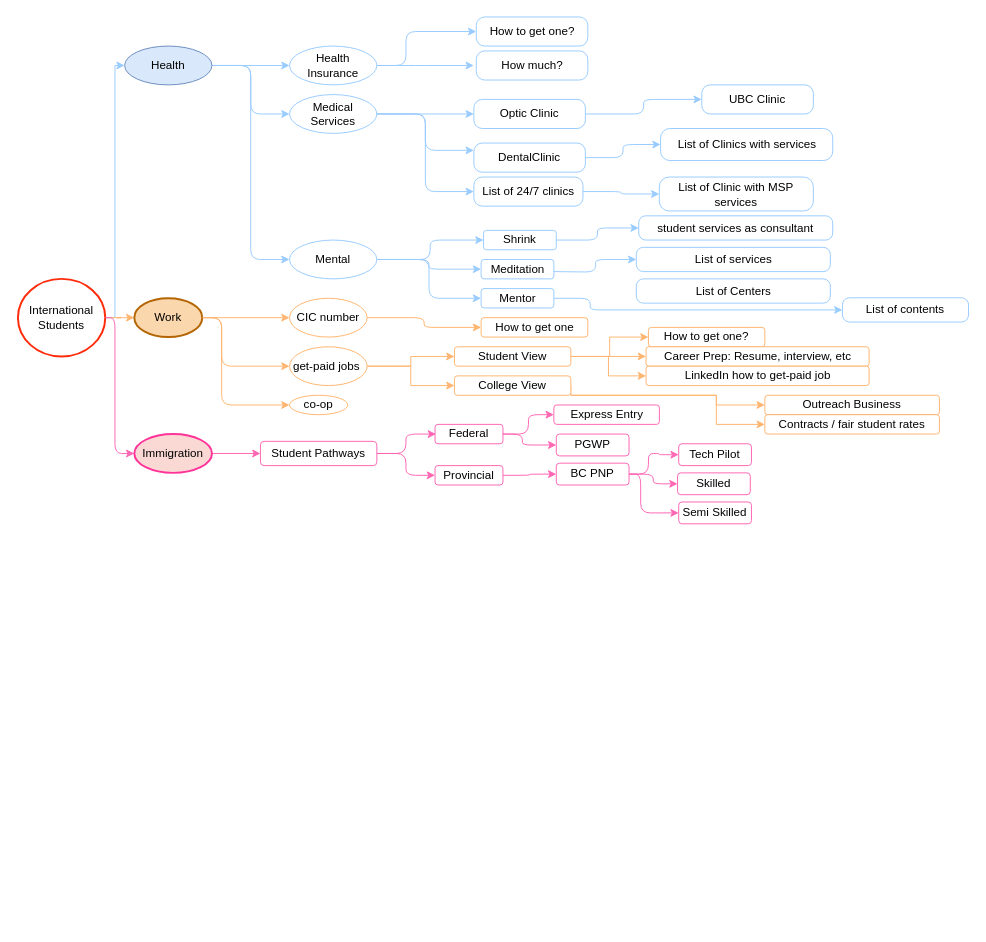
Above: Untitled Diagram.drawio in Elaheh-sharafian/portfolio (draw.io), before the change. Source tidied: cells renumbered, new cells numbered last; positions are measured from the earlier drawing's top-left corner, leaving out a move shared by most shapes. Both pictures are drawn from the tidied source at 97%, with x=0, y=0 at pixel (17, 16).
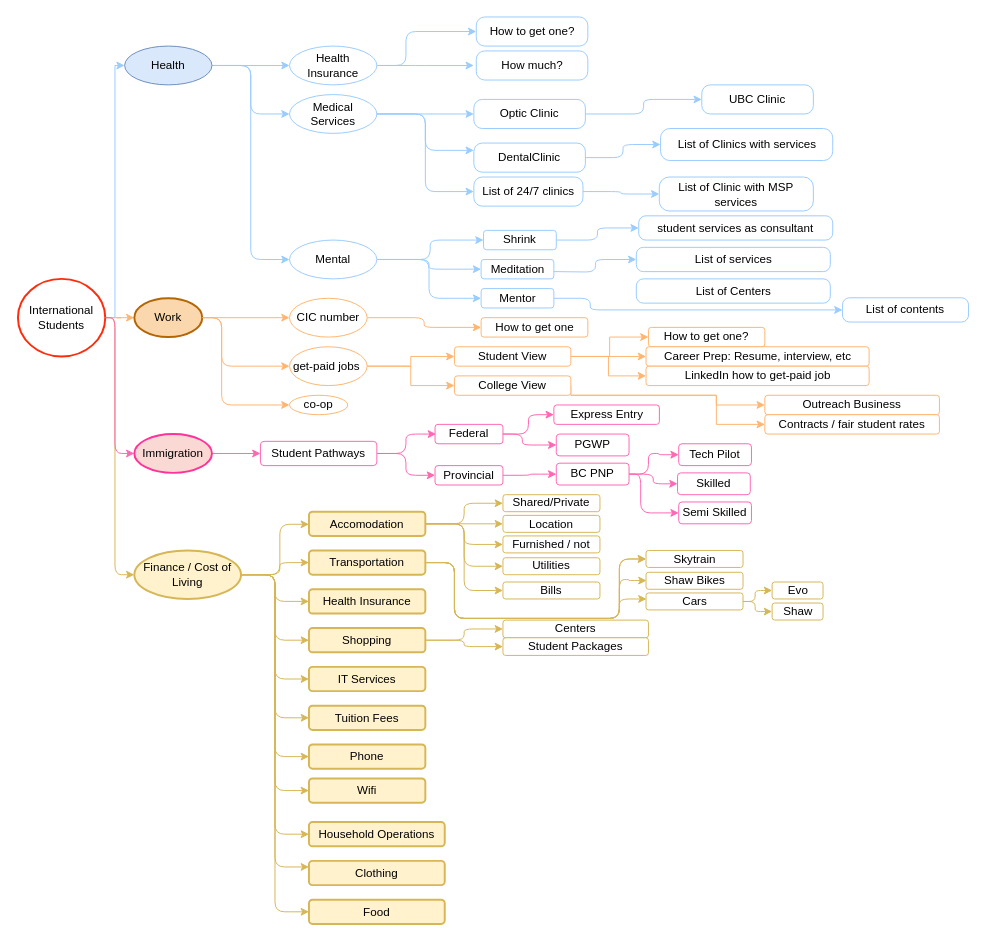
After the change.

Unchanged cells that the change refers to:
```xml
<mxCell id="4" value="International &lt;br&gt;Students" style="ellipse;whiteSpace=wrap;html=1;strokeWidth=2;strokeColor=#FF2B0A;" parent="1" vertex="1">
  <mxGeometry y="270" width="90" height="80" as="geometry" />
</mxCell>
```

Change to the diagram source:
```diff
@@
+    <mxCell id="86" style="edgeStyle=orthogonalEdgeStyle;rounded=1;jettySize=auto;html=1;entryX=0;entryY=0.5;entryDx=0;entryDy=0;strokeColor=#D6B656;" parent="1" edge="1" source="4" target="98">
+      <mxGeometry relative="1" as="geometry">
+        <Array as="points">
+          <mxPoint x="100" y="310" />
+          <mxPoint x="100" y="575" />
+        </Array>
+      </mxGeometry>
+    </mxCell>
@@
+    <mxCell id="87" style="edgeStyle=orthogonalEdgeStyle;rounded=1;jettySize=auto;html=1;strokeColor=#D6B656;" parent="1" edge="1" source="98" target="104">
+      <mxGeometry relative="1" as="geometry">
+        <Array as="points">
+          <mxPoint x="270" y="575" />
+          <mxPoint x="270" y="523" />
+        </Array>
+      </mxGeometry>
+    </mxCell>
+    <mxCell id="88" style="edgeStyle=orthogonalEdgeStyle;rounded=1;jettySize=auto;html=1;exitX=1;exitY=0.5;exitDx=0;exitDy=0;entryX=0;entryY=0.5;entryDx=0;entryDy=0;strokeColor=#D6B656;" parent="1" edge="1" source="98" target="106">
+      <mxGeometry relative="1" as="geometry">
+        <Array as="points">
+          <mxPoint x="270" y="575" />
+          <mxPoint x="270" y="563" />
+        </Array>
+      </mxGeometry>
+    </mxCell>
+    <mxCell id="89" style="edgeStyle=orthogonalEdgeStyle;rounded=1;jettySize=auto;html=1;exitX=1;exitY=0.5;exitDx=0;exitDy=0;entryX=0;entryY=0.5;entryDx=0;entryDy=0;strokeColor=#D6B656;" parent="1" edge="1" source="98" target="107">
+      <mxGeometry relative="1" as="geometry" />
+    </mxCell>
+    <mxCell id="90" style="edgeStyle=orthogonalEdgeStyle;rounded=1;jettySize=auto;html=1;exitX=1;exitY=0.5;exitDx=0;exitDy=0;entryX=0;entryY=0.5;entryDx=0;entryDy=0;strokeColor=#D6B656;" parent="1" edge="1" source="98" target="110">
+      <mxGeometry relative="1" as="geometry" />
+    </mxCell>
+    <mxCell id="91" style="edgeStyle=orthogonalEdgeStyle;rounded=1;jettySize=auto;html=1;exitX=1;exitY=0.5;exitDx=0;exitDy=0;entryX=0;entryY=0.5;entryDx=0;entryDy=0;strokeColor=#D6B656;" parent="1" edge="1" source="98" target="111">
+      <mxGeometry relative="1" as="geometry" />
+    </mxCell>
+    <mxCell id="92" style="edgeStyle=orthogonalEdgeStyle;rounded=1;jettySize=auto;html=1;exitX=1;exitY=0.5;exitDx=0;exitDy=0;entryX=0;entryY=0.5;entryDx=0;entryDy=0;strokeColor=#D6B656;" parent="1" edge="1" source="98" target="112">
+      <mxGeometry relative="1" as="geometry" />
+    </mxCell>
+    <mxCell id="93" style="edgeStyle=orthogonalEdgeStyle;rounded=1;jettySize=auto;html=1;entryX=0;entryY=0.5;entryDx=0;entryDy=0;strokeColor=#D6B656;" parent="1" edge="1" source="98" target="113">
+      <mxGeometry relative="1" as="geometry" />
+    </mxCell>
+    <mxCell id="94" style="edgeStyle=orthogonalEdgeStyle;rounded=1;jettySize=auto;html=1;exitX=1;exitY=0.5;exitDx=0;exitDy=0;entryX=0;entryY=0.5;entryDx=0;entryDy=0;strokeColor=#D6B656;" parent="1" edge="1" source="98" target="114">
+      <mxGeometry relative="1" as="geometry" />
+    </mxCell>
+    <mxCell id="95" style="edgeStyle=orthogonalEdgeStyle;rounded=1;jettySize=auto;html=1;exitX=1;exitY=0.5;exitDx=0;exitDy=0;entryX=0;entryY=0.5;entryDx=0;entryDy=0;strokeColor=#D6B656;" parent="1" edge="1" source="98" target="115">
+      <mxGeometry relative="1" as="geometry" />
+    </mxCell>
+    <mxCell id="96" style="edgeStyle=orthogonalEdgeStyle;rounded=1;jettySize=auto;html=1;exitX=1;exitY=0.5;exitDx=0;exitDy=0;entryX=0;entryY=0.25;entryDx=0;entryDy=0;strokeColor=#D6B656;" parent="1" edge="1" source="98" target="116">
+      <mxGeometry relative="1" as="geometry" />
+    </mxCell>
+    <mxCell id="97" style="edgeStyle=orthogonalEdgeStyle;rounded=1;jettySize=auto;html=1;exitX=1;exitY=0.5;exitDx=0;exitDy=0;entryX=0;entryY=0.5;entryDx=0;entryDy=0;strokeColor=#D6B656;" parent="1" edge="1" source="98" target="117">
+      <mxGeometry relative="1" as="geometry" />
+    </mxCell>
+    <mxCell id="98" value="Finance / Cost of Living" style="ellipse;whiteSpace=wrap;html=1;strokeWidth=2;fillColor=#fff2cc;strokeColor=#D6B656;" parent="1" vertex="1">
+      <mxGeometry x="120" y="550" width="110" height="50" as="geometry" />
+    </mxCell>
+    <mxCell id="99" style="edgeStyle=orthogonalEdgeStyle;rounded=1;jettySize=auto;html=1;strokeColor=#D6B656;" parent="1" edge="1" source="104" target="118">
+      <mxGeometry relative="1" as="geometry" />
+    </mxCell>
+    <mxCell id="100" style="edgeStyle=orthogonalEdgeStyle;rounded=1;jettySize=auto;html=1;entryX=0;entryY=0.5;entryDx=0;entryDy=0;strokeColor=#D6B656;" parent="1" edge="1" source="104" target="119">
+      <mxGeometry relative="1" as="geometry" />
+    </mxCell>
+    <mxCell id="101" style="edgeStyle=orthogonalEdgeStyle;rounded=1;jettySize=auto;html=1;exitX=1;exitY=0.5;exitDx=0;exitDy=0;entryX=0;entryY=0.5;entryDx=0;entryDy=0;strokeColor=#D6B656;" parent="1" edge="1" source="104" target="120">
+      <mxGeometry relative="1" as="geometry" />
+    </mxCell>
+    <mxCell id="102" style="edgeStyle=orthogonalEdgeStyle;rounded=1;jettySize=auto;html=1;entryX=0;entryY=0.5;entryDx=0;entryDy=0;strokeColor=#D6B656;" parent="1" edge="1" source="104" target="121">
+      <mxGeometry relative="1" as="geometry" />
+    </mxCell>
+    <mxCell id="103" style="edgeStyle=orthogonalEdgeStyle;rounded=1;jettySize=auto;html=1;entryX=0;entryY=0.5;entryDx=0;entryDy=0;strokeColor=#D6B656;" parent="1" edge="1" source="104" target="122">
+      <mxGeometry relative="1" as="geometry" />
+    </mxCell>
+    <mxCell id="104" value="Accomodation" style="whiteSpace=wrap;html=1;strokeColor=#D6B656;strokeWidth=2;fillColor=#fff2cc;rounded=1;" parent="1" vertex="1">
+      <mxGeometry x="300" y="510" width="120" height="25" as="geometry" />
+    </mxCell>
+    <mxCell id="105" style="edgeStyle=orthogonalEdgeStyle;rounded=1;jettySize=auto;html=1;exitX=1;exitY=0.5;exitDx=0;exitDy=0;entryX=0;entryY=0.5;entryDx=0;entryDy=0;strokeColor=#D6B656;" parent="1" edge="1" source="106" target="123">
+      <mxGeometry relative="1" as="geometry">
+        <Array as="points">
+          <mxPoint x="450" y="562" />
+          <mxPoint x="450" y="620" />
+          <mxPoint x="620" y="620" />
+          <mxPoint x="620" y="559" />
+        </Array>
+      </mxGeometry>
+    </mxCell>
+    <mxCell id="106" value="Transportation" style="whiteSpace=wrap;html=1;strokeColor=#D6B656;strokeWidth=2;fillColor=#fff2cc;rounded=1;" parent="1" vertex="1">
+      <mxGeometry x="300" y="550" width="120" height="25" as="geometry" />
+    </mxCell>
+    <mxCell id="107" value="Health Insurance" style="whiteSpace=wrap;html=1;strokeColor=#D6B656;strokeWidth=2;fillColor=#fff2cc;rounded=1;" parent="1" vertex="1">
+      <mxGeometry x="300" y="590" width="120" height="25" as="geometry" />
+    </mxCell>
+    <mxCell id="108" style="edgeStyle=orthogonalEdgeStyle;rounded=1;jettySize=auto;html=1;exitX=1;exitY=0.5;exitDx=0;exitDy=0;entryX=0;entryY=0.5;entryDx=0;entryDy=0;strokeColor=#D6B656;" parent="1" edge="1" source="110" target="133">
+      <mxGeometry relative="1" as="geometry" />
+    </mxCell>
+    <mxCell id="109" style="edgeStyle=orthogonalEdgeStyle;rounded=1;jettySize=auto;html=1;entryX=0;entryY=0.5;entryDx=0;entryDy=0;strokeColor=#D6B656;" parent="1" edge="1" source="110" target="134">
+      <mxGeometry relative="1" as="geometry" />
+    </mxCell>
+    <mxCell id="110" value="Shopping" style="whiteSpace=wrap;html=1;strokeColor=#D6B656;strokeWidth=2;fillColor=#fff2cc;rounded=1;" parent="1" vertex="1">
+      <mxGeometry x="300" y="630" width="120" height="25" as="geometry" />
+    </mxCell>
+    <mxCell id="111" value="IT Services" style="whiteSpace=wrap;html=1;strokeColor=#D6B656;strokeWidth=2;fillColor=#fff2cc;rounded=1;" parent="1" vertex="1">
+      <mxGeometry x="300" y="670" width="120" height="25" as="geometry" />
+    </mxCell>
+    <mxCell id="112" value="Tuition Fees" style="whiteSpace=wrap;html=1;strokeColor=#D6B656;strokeWidth=2;fillColor=#fff2cc;rounded=1;" parent="1" vertex="1">
+      <mxGeometry x="300" y="710" width="120" height="25" as="geometry" />
+    </mxCell>
+    <mxCell id="113" value="Phone" style="whiteSpace=wrap;html=1;strokeColor=#D6B656;strokeWidth=2;fillColor=#fff2cc;rounded=1;" parent="1" vertex="1">
+      <mxGeometry x="300" y="750" width="120" height="25" as="geometry" />
+    </mxCell>
+    <mxCell id="114" value="Wifi" style="whiteSpace=wrap;html=1;strokeColor=#D6B656;strokeWidth=2;fillColor=#fff2cc;rounded=1;" parent="1" vertex="1">
+      <mxGeometry x="300" y="785" width="120" height="25" as="geometry" />
+    </mxCell>
+    <mxCell id="115" value="Household Operations" style="whiteSpace=wrap;html=1;strokeColor=#D6B656;strokeWidth=2;fillColor=#fff2cc;rounded=1;" parent="1" vertex="1">
+      <mxGeometry x="300" y="830" width="140" height="25" as="geometry" />
+    </mxCell>
+    <mxCell id="116" value="Clothing" style="whiteSpace=wrap;html=1;strokeColor=#D6B656;strokeWidth=2;fillColor=#fff2cc;rounded=1;" parent="1" vertex="1">
+      <mxGeometry x="300" y="870" width="140" height="25" as="geometry" />
+    </mxCell>
+    <mxCell id="117" value="Food" style="whiteSpace=wrap;html=1;strokeColor=#D6B656;strokeWidth=2;fillColor=#fff2cc;rounded=1;" parent="1" vertex="1">
+      <mxGeometry x="300" y="910" width="140" height="25" as="geometry" />
+    </mxCell>
+    <mxCell id="118" value="Shared/Private" style="whiteSpace=wrap;html=1;rounded=1;strokeWidth=1;fillColor=#FFFFFF;strokeColor=#D6B656;" parent="1" vertex="1">
+      <mxGeometry x="500" y="492.5" width="100" height="17.5" as="geometry" />
+    </mxCell>
+    <mxCell id="119" value="Location" style="whiteSpace=wrap;html=1;rounded=1;strokeWidth=1;fillColor=#FFFFFF;strokeColor=#D6B656;" parent="1" vertex="1">
+      <mxGeometry x="500" y="513.8" width="100" height="17.5" as="geometry" />
+    </mxCell>
+    <mxCell id="120" value="Furnished / not" style="whiteSpace=wrap;html=1;rounded=1;strokeWidth=1;fillColor=#FFFFFF;strokeColor=#D6B656;" parent="1" vertex="1">
+      <mxGeometry x="500" y="535" width="100" height="17.5" as="geometry" />
+    </mxCell>
+    <mxCell id="121" value="Utilities" style="whiteSpace=wrap;html=1;rounded=1;strokeWidth=1;fillColor=#FFFFFF;strokeColor=#D6B656;" parent="1" vertex="1">
+      <mxGeometry x="500" y="557.5" width="100" height="17.5" as="geometry" />
+    </mxCell>
+    <mxCell id="122" value="Bills" style="whiteSpace=wrap;html=1;rounded=1;strokeWidth=1;fillColor=#FFFFFF;strokeColor=#D6B656;" parent="1" vertex="1">
+      <mxGeometry x="500" y="582.5" width="100" height="17.5" as="geometry" />
+    </mxCell>
+    <mxCell id="123" value="Skytrain" style="whiteSpace=wrap;html=1;rounded=1;strokeWidth=1;fillColor=#FFFFFF;strokeColor=#D6B656;" parent="1" vertex="1">
+      <mxGeometry x="647.5" y="550" width="100" height="17.5" as="geometry" />
+    </mxCell>
+    <mxCell id="124" value="Shaw Bikes" style="whiteSpace=wrap;html=1;rounded=1;strokeWidth=1;fillColor=#FFFFFF;strokeColor=#D6B656;" parent="1" vertex="1">
+      <mxGeometry x="647.5" y="572.5" width="100" height="17.5" as="geometry" />
+    </mxCell>
+    <mxCell id="125" style="edgeStyle=orthogonalEdgeStyle;rounded=1;jettySize=auto;html=1;entryX=0;entryY=0.5;entryDx=0;entryDy=0;strokeColor=#D6B656;" parent="1" edge="1" source="127" target="128">
+      <mxGeometry relative="1" as="geometry">
+        <Array as="points">
+          <mxPoint x="760" y="603" />
+          <mxPoint x="760" y="591" />
+        </Array>
+      </mxGeometry>
+    </mxCell>
+    <mxCell id="126" style="edgeStyle=orthogonalEdgeStyle;rounded=1;jettySize=auto;html=1;exitX=1;exitY=0.5;exitDx=0;exitDy=0;entryX=0;entryY=0.5;entryDx=0;entryDy=0;strokeColor=#D6B656;" parent="1" edge="1" source="127" target="129">
+      <mxGeometry relative="1" as="geometry">
+        <Array as="points">
+          <mxPoint x="760" y="603" />
+          <mxPoint x="760" y="613" />
+        </Array>
+      </mxGeometry>
+    </mxCell>
+    <mxCell id="127" value="Cars" style="whiteSpace=wrap;html=1;rounded=1;strokeWidth=1;fillColor=#FFFFFF;strokeColor=#D6B656;" parent="1" vertex="1">
+      <mxGeometry x="647.5" y="593.8" width="100" height="17.5" as="geometry" />
+    </mxCell>
+    <mxCell id="128" value="Evo" style="whiteSpace=wrap;html=1;rounded=1;strokeWidth=1;fillColor=#FFFFFF;strokeColor=#D6B656;" parent="1" vertex="1">
+      <mxGeometry x="777.5" y="582.5" width="52.5" height="17.5" as="geometry" />
+    </mxCell>
+    <mxCell id="129" value="Shaw" style="whiteSpace=wrap;html=1;rounded=1;strokeWidth=1;fillColor=#FFFFFF;strokeColor=#D6B656;" parent="1" vertex="1">
+      <mxGeometry x="777.5" y="604.2" width="52.5" height="17.5" as="geometry" />
+    </mxCell>
+    <mxCell id="130" style="edgeStyle=orthogonalEdgeStyle;rounded=1;jettySize=auto;html=1;exitX=1;exitY=0.5;exitDx=0;exitDy=0;entryX=0;entryY=0.5;entryDx=0;entryDy=0;strokeColor=#D6B656;" parent="1" edge="1" source="106" target="123">
+      <mxGeometry relative="1" as="geometry">
+        <Array as="points">
+          <mxPoint x="450" y="562" />
+          <mxPoint x="450" y="620" />
+          <mxPoint x="620" y="620" />
+          <mxPoint x="620" y="559" />
+        </Array>
+      </mxGeometry>
+    </mxCell>
+    <mxCell id="131" style="edgeStyle=orthogonalEdgeStyle;rounded=1;jettySize=auto;html=1;exitX=1;exitY=0.5;exitDx=0;exitDy=0;strokeColor=#D6B656;" parent="1" edge="1" source="106">
+      <mxGeometry relative="1" as="geometry">
+        <mxPoint x="648" y="581" as="targetPoint" />
+        <Array as="points">
+          <mxPoint x="450" y="563" />
+          <mxPoint x="450" y="620" />
+          <mxPoint x="620" y="620" />
+          <mxPoint x="620" y="580" />
+          <mxPoint x="630" y="580" />
+          <mxPoint x="630" y="581" />
+        </Array>
+      </mxGeometry>
+    </mxCell>
+    <mxCell id="132" style="edgeStyle=orthogonalEdgeStyle;rounded=1;jettySize=auto;html=1;exitX=1;exitY=0.5;exitDx=0;exitDy=0;strokeColor=#D6B656;" parent="1" edge="1" source="106">
+      <mxGeometry relative="1" as="geometry">
+        <mxPoint x="648" y="600" as="targetPoint" />
+        <Array as="points">
+          <mxPoint x="450" y="563" />
+          <mxPoint x="450" y="620" />
+          <mxPoint x="620" y="620" />
+          <mxPoint x="620" y="600" />
+        </Array>
+      </mxGeometry>
+    </mxCell>
+    <mxCell id="133" value="Centers" style="whiteSpace=wrap;html=1;rounded=1;strokeWidth=1;fillColor=#FFFFFF;strokeColor=#D6B656;" parent="1" vertex="1">
+      <mxGeometry x="500" y="621.8" width="150" height="18.2" as="geometry" />
+    </mxCell>
+    <mxCell id="134" value="Student Packages" style="whiteSpace=wrap;html=1;rounded=1;strokeWidth=1;fillColor=#FFFFFF;strokeColor=#D6B656;" parent="1" vertex="1">
+      <mxGeometry x="500" y="640" width="150" height="18.2" as="geometry" />
+    </mxCell>
```
